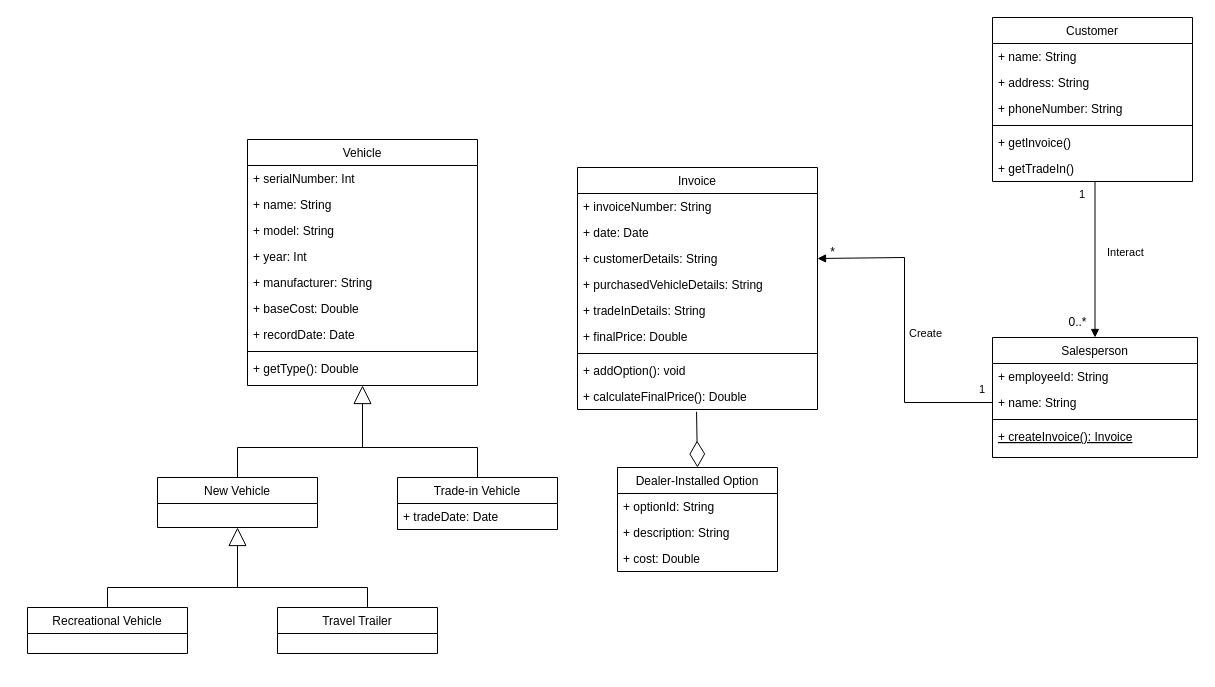
This is Untitled Diagram.drawio from LarryChenCode/IS7020_diagrams, a draw.io file, before an edit. Source tidied: cells renumbered, new cells numbered last; positions are measured from the earlier drawing's top-left corner, leaving out a move shared by most shapes. Both pictures are drawn from the tidied source at 100%, with x=0, y=0 at pixel (27, 17).
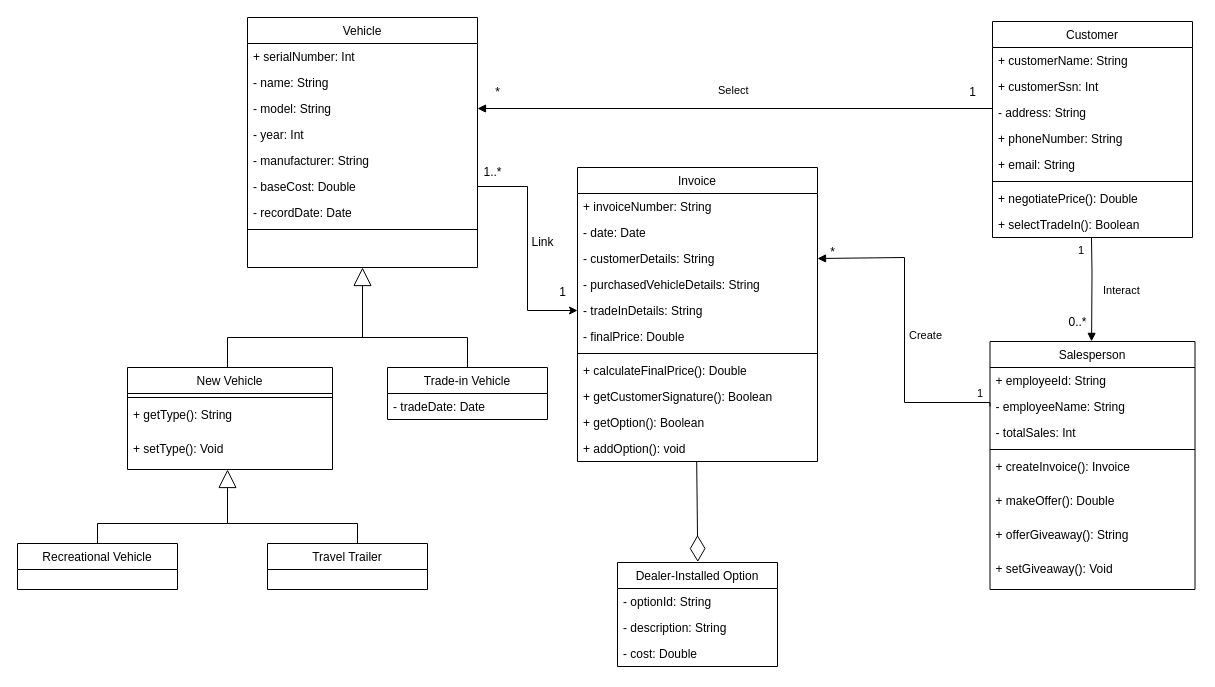
The same diagram, later.

Unchanged cells that the change refers to:
```xml
<mxCell id="40" value="0..*" style="text;html=1;align=center;verticalAlign=middle;points=[];strokeColor=none;fillColor=none;" parent="1" vertex="1">
  <mxGeometry x="1030" y="290" width="40" height="30" as="geometry" />
</mxCell>
```

Diff of the diagram source:
```diff
@@
     <mxCell id="2" value="Vehicle" style="swimlane;fontStyle=0;align=center;verticalAlign=top;horizontal=1;startSize=26;rounded=0;shadow=0;strokeWidth=1;" parent="1" vertex="1">
-      <mxGeometry x="220" y="122" width="230" height="246" as="geometry" />
+      <mxGeometry x="220" width="230" height="250" as="geometry" />
     </mxCell>
@@
-    <mxCell id="4" value="+ name: String" style="text;align=left;verticalAlign=top;spacingLeft=4;spacingRight=4;overflow=hidden;rounded=0;shadow=0;html=0;" parent="2" vertex="1">
+    <mxCell id="4" value="- name: String" style="text;align=left;verticalAlign=top;spacingLeft=4;spacingRight=4;overflow=hidden;rounded=0;shadow=0;html=0;" parent="2" vertex="1">
       <mxGeometry y="52" width="230" height="26" as="geometry" />
     </mxCell>
-    <mxCell id="5" value="+ model: String" style="text;align=left;verticalAlign=top;spacingLeft=4;spacingRight=4;overflow=hidden;points=[[0,0.5],[1,0.5]];portConstraint=eastwest;rounded=0;shadow=0;html=0;" parent="2" vertex="1">
+    <mxCell id="5" value="- model: String" style="text;align=left;verticalAlign=top;spacingLeft=4;spacingRight=4;overflow=hidden;points=[[0,0.5],[1,0.5]];portConstraint=eastwest;rounded=0;shadow=0;html=0;" parent="2" vertex="1">
       <mxGeometry y="78" width="230" height="26" as="geometry" />
     </mxCell>
-    <mxCell id="6" value="+ year: Int" style="text;align=left;verticalAlign=top;spacingLeft=4;spacingRight=4;overflow=hidden;rounded=0;shadow=0;html=0;" parent="2" vertex="1">
+    <mxCell id="6" value="- year: Int" style="text;align=left;verticalAlign=top;spacingLeft=4;spacingRight=4;overflow=hidden;rounded=0;shadow=0;html=0;" parent="2" vertex="1">
       <mxGeometry y="104" width="230" height="26" as="geometry" />
     </mxCell>
-    <mxCell id="7" value="+ manufacturer: String" style="text;align=left;verticalAlign=top;spacingLeft=4;spacingRight=4;overflow=hidden;rounded=0;shadow=0;html=0;" parent="2" vertex="1">
+    <mxCell id="7" value="- manufacturer: String" style="text;align=left;verticalAlign=top;spacingLeft=4;spacingRight=4;overflow=hidden;rounded=0;shadow=0;html=0;" parent="2" vertex="1">
       <mxGeometry y="130" width="230" height="26" as="geometry" />
     </mxCell>
-    <mxCell id="8" value="+ baseCost: Double" style="text;align=left;verticalAlign=top;spacingLeft=4;spacingRight=4;overflow=hidden;points=[[0,0.5],[1,0.5]];portConstraint=eastwest;rounded=0;shadow=0;html=0;" parent="2" vertex="1">
+    <mxCell id="8" value="- baseCost: Double" style="text;align=left;verticalAlign=top;spacingLeft=4;spacingRight=4;overflow=hidden;points=[[0,0.5],[1,0.5]];portConstraint=eastwest;rounded=0;shadow=0;html=0;" parent="2" vertex="1">
       <mxGeometry y="156" width="230" height="26" as="geometry" />
     </mxCell>
-    <mxCell id="9" value="+ recordDate: Date" style="text;align=left;verticalAlign=top;spacingLeft=4;spacingRight=4;overflow=hidden;rounded=0;shadow=0;html=0;" parent="2" vertex="1">
+    <mxCell id="9" value="- recordDate: Date" style="text;align=left;verticalAlign=top;spacingLeft=4;spacingRight=4;overflow=hidden;rounded=0;shadow=0;html=0;" parent="2" vertex="1">
       <mxGeometry y="182" width="230" height="26" as="geometry" />
     </mxCell>
@@
-    <mxCell id="11" value="+ getType(): Double" style="text;align=left;verticalAlign=top;spacingLeft=4;spacingRight=4;overflow=hidden;" parent="2" vertex="1">
-      <mxGeometry y="216" width="230" height="30" as="geometry" />
-    </mxCell>
     <mxCell id="12" value="Salesperson" style="swimlane;fontStyle=0;align=center;verticalAlign=top;horizontal=1;startSize=26;rounded=0;shadow=0;strokeWidth=1;" parent="1" vertex="1">
-      <mxGeometry x="965" y="320" width="205" height="120" as="geometry" />
+      <mxGeometry x="962.5" y="324" width="205" height="248" as="geometry" />
     </mxCell>
@@
-    <mxCell id="14" value="+ name: String" style="text;align=left;verticalAlign=top;spacingLeft=4;spacingRight=4;overflow=hidden;points=[[0,0.5],[1,0.5]];portConstraint=eastwest;rounded=0;shadow=0;html=0;" parent="12" vertex="1">
+    <mxCell id="14" value="- employeeName: String" style="text;align=left;verticalAlign=top;spacingLeft=4;spacingRight=4;overflow=hidden;points=[[0,0.5],[1,0.5]];portConstraint=eastwest;rounded=0;shadow=0;html=0;" parent="12" vertex="1">
       <mxGeometry y="52" width="205" height="26" as="geometry" />
     </mxCell>
+    <mxCell id="54" value="- totalSales: Int" style="text;align=left;verticalAlign=top;spacingLeft=4;spacingRight=4;overflow=hidden;rounded=0;shadow=0;html=0;" parent="12" vertex="1">
+      <mxGeometry y="78" width="205" height="26" as="geometry" />
+    </mxCell>
     <mxCell id="15" style="line;html=1;strokeWidth=1;align=left;verticalAlign=middle;spacingTop=-1;spacingLeft=3;spacingRight=3;labelPosition=right;" parent="12" vertex="1">
-      <mxGeometry y="78" width="205" height="8" as="geometry" />
+      <mxGeometry y="104" width="205" height="8" as="geometry" />
     </mxCell>
-    <mxCell id="16" value="+ createInvoice(): Invoice" style="text;align=left;verticalAlign=top;spacingLeft=4;spacingRight=4;overflow=hidden;fontStyle=4;" parent="12" vertex="1">
-      <mxGeometry y="86" width="205" height="34" as="geometry" />
+    <mxCell id="16" value="+ createInvoice(): Invoice" style="text;align=left;verticalAlign=top;spacingLeft=4;spacingRight=4;overflow=hidden;fontStyle=0;" parent="12" vertex="1">
+      <mxGeometry y="112" width="205" height="34" as="geometry" />
     </mxCell>
+    <mxCell id="55" value="+ makeOffer(): Double" style="text;align=left;verticalAlign=top;spacingLeft=4;spacingRight=4;overflow=hidden;fontStyle=0;" parent="12" vertex="1">
+      <mxGeometry y="146" width="205" height="34" as="geometry" />
+    </mxCell>
+    <mxCell id="56" value="+ offerGiveaway(): String" style="text;align=left;verticalAlign=top;spacingLeft=4;spacingRight=4;overflow=hidden;fontStyle=0;" parent="12" vertex="1">
+      <mxGeometry y="180" width="205" height="34" as="geometry" />
+    </mxCell>
+    <mxCell id="57" value="+ setGiveaway(): Void" style="text;align=left;verticalAlign=top;spacingLeft=4;spacingRight=4;overflow=hidden;fontStyle=0;" parent="12" vertex="1">
+      <mxGeometry y="214" width="205" height="34" as="geometry" />
+    </mxCell>
     <mxCell id="17" value="Invoice" style="swimlane;fontStyle=0;align=center;verticalAlign=top;horizontal=1;startSize=26;rounded=0;shadow=0;strokeWidth=1;" parent="1" vertex="1">
-      <mxGeometry x="550" y="150" width="240" height="242" as="geometry" />
+      <mxGeometry x="550" y="150" width="240" height="294" as="geometry" />
     </mxCell>
@@
-    <mxCell id="19" value="+ date: Date" style="text;align=left;verticalAlign=top;spacingLeft=4;spacingRight=4;overflow=hidden;" parent="17" vertex="1">
+    <mxCell id="19" value="- date: Date" style="text;align=left;verticalAlign=top;spacingLeft=4;spacingRight=4;overflow=hidden;" parent="17" vertex="1">
       <mxGeometry y="52" width="240" height="26" as="geometry" />
     </mxCell>
-    <mxCell id="20" value="+ customerDetails: String" style="text;align=left;verticalAlign=top;spacingLeft=4;spacingRight=4;overflow=hidden;points=[[0,0.5],[1,0.5]];portConstraint=eastwest;" parent="17" vertex="1">
+    <mxCell id="20" value="- customerDetails: String" style="text;align=left;verticalAlign=top;spacingLeft=4;spacingRight=4;overflow=hidden;points=[[0,0.5],[1,0.5]];portConstraint=eastwest;" parent="17" vertex="1">
       <mxGeometry y="78" width="240" height="26" as="geometry" />
     </mxCell>
-    <mxCell id="21" value="+ purchasedVehicleDetails: String" style="text;align=left;verticalAlign=top;spacingLeft=4;spacingRight=4;overflow=hidden;" parent="17" vertex="1">
+    <mxCell id="21" value="- purchasedVehicleDetails: String" style="text;align=left;verticalAlign=top;spacingLeft=4;spacingRight=4;overflow=hidden;" parent="17" vertex="1">
       <mxGeometry y="104" width="240" height="26" as="geometry" />
     </mxCell>
-    <mxCell id="22" value="+ tradeInDetails: String" style="text;align=left;verticalAlign=top;spacingLeft=4;spacingRight=4;overflow=hidden;points=[[0,0.5],[1,0.5]];portConstraint=eastwest;" parent="17" vertex="1">
+    <mxCell id="22" value="- tradeInDetails: String" style="text;align=left;verticalAlign=top;spacingLeft=4;spacingRight=4;overflow=hidden;points=[[0,0.5],[1,0.5]];portConstraint=eastwest;" parent="17" vertex="1">
       <mxGeometry y="130" width="240" height="26" as="geometry" />
     </mxCell>
-    <mxCell id="23" value="+ finalPrice: Double" style="text;align=left;verticalAlign=top;spacingLeft=4;spacingRight=4;overflow=hidden;" parent="17" vertex="1">
+    <mxCell id="23" value="- finalPrice: Double" style="text;align=left;verticalAlign=top;spacingLeft=4;spacingRight=4;overflow=hidden;" parent="17" vertex="1">
       <mxGeometry y="156" width="240" height="26" as="geometry" />
     </mxCell>
@@
+    <mxCell id="26" value="+ calculateFinalPrice(): Double" style="text;align=left;verticalAlign=top;spacingLeft=4;spacingRight=4;overflow=hidden;points=[[0,0.5],[1,0.5]];portConstraint=eastwest;" parent="17" vertex="1">
+      <mxGeometry y="190" width="240" height="26" as="geometry" />
+    </mxCell>
+    <mxCell id="58" value="+ getCustomerSignature(): Boolean" style="text;align=left;verticalAlign=top;spacingLeft=4;spacingRight=4;overflow=hidden;" parent="17" vertex="1">
+      <mxGeometry y="216" width="240" height="26" as="geometry" />
+    </mxCell>
+    <mxCell id="59" value="+ getOption(): Boolean" style="text;align=left;verticalAlign=top;spacingLeft=4;spacingRight=4;overflow=hidden;" parent="17" vertex="1">
+      <mxGeometry y="242" width="240" height="26" as="geometry" />
+    </mxCell>
     <mxCell id="25" value="+ addOption(): void" style="text;align=left;verticalAlign=top;spacingLeft=4;spacingRight=4;overflow=hidden;" parent="17" vertex="1">
-      <mxGeometry y="190" width="240" height="26" as="geometry" />
+      <mxGeometry y="268" width="240" height="26" as="geometry" />
     </mxCell>
-    <mxCell id="26" value="+ calculateFinalPrice(): Double" style="text;align=left;verticalAlign=top;spacingLeft=4;spacingRight=4;overflow=hidden;points=[[0,0.5],[1,0.5]];portConstraint=eastwest;" parent="17" vertex="1">
-      <mxGeometry y="216" width="240" height="26" as="geometry" />
-    </mxCell>
     <mxCell id="27" value="Customer" style="swimlane;fontStyle=0;align=center;verticalAlign=top;horizontal=1;startSize=26;rounded=0;shadow=0;strokeWidth=1;" parent="1" vertex="1">
-      <mxGeometry x="965" width="200" height="164" as="geometry" />
+      <mxGeometry x="965" y="4" width="200" height="216" as="geometry" />
     </mxCell>
-    <mxCell id="28" value="+ name: String" style="text;align=left;verticalAlign=top;spacingLeft=4;spacingRight=4;overflow=hidden;" parent="27" vertex="1">
+    <mxCell id="28" value="+ customerName: String" style="text;align=left;verticalAlign=top;spacingLeft=4;spacingRight=4;overflow=hidden;" parent="27" vertex="1">
       <mxGeometry y="26" width="200" height="26" as="geometry" />
     </mxCell>
+    <mxCell id="60" value="+ customerSsn: Int" style="text;align=left;verticalAlign=top;spacingLeft=4;spacingRight=4;overflow=hidden;" parent="27" vertex="1">
+      <mxGeometry y="52" width="200" height="26" as="geometry" />
+    </mxCell>
-    <mxCell id="29" value="+ address: String" style="text;align=left;verticalAlign=top;spacingLeft=4;spacingRight=4;overflow=hidden;rounded=0;shadow=0;html=0;" parent="27" vertex="1">
-      <mxGeometry y="52" width="200" height="26" as="geometry" />
+    <mxCell id="29" value="- address: String" style="text;align=left;verticalAlign=top;spacingLeft=4;spacingRight=4;overflow=hidden;rounded=0;shadow=0;html=0;" parent="27" vertex="1">
+      <mxGeometry y="78" width="200" height="26" as="geometry" />
     </mxCell>
     <mxCell id="30" value="+ phoneNumber: String" style="text;align=left;verticalAlign=top;spacingLeft=4;spacingRight=4;overflow=hidden;rounded=0;shadow=0;html=0;" parent="27" vertex="1">
-      <mxGeometry y="78" width="200" height="26" as="geometry" />
+      <mxGeometry y="104" width="200" height="26" as="geometry" />
     </mxCell>
+    <mxCell id="61" value="+ email: String" style="text;align=left;verticalAlign=top;spacingLeft=4;spacingRight=4;overflow=hidden;rounded=0;shadow=0;html=0;" parent="27" vertex="1">
+      <mxGeometry y="130" width="200" height="26" as="geometry" />
+    </mxCell>
     <mxCell id="31" style="line;html=1;strokeWidth=1;align=left;verticalAlign=middle;spacingTop=-1;spacingLeft=3;spacingRight=3;labelPosition=right;" parent="27" vertex="1">
-      <mxGeometry y="104" width="200" height="8" as="geometry" />
+      <mxGeometry y="156" width="200" height="8" as="geometry" />
     </mxCell>
-    <mxCell id="32" value="+ getInvoice()" style="text;align=left;verticalAlign=top;spacingLeft=4;spacingRight=4;overflow=hidden;" parent="27" vertex="1">
-      <mxGeometry y="112" width="200" height="26" as="geometry" />
+    <mxCell id="32" value="+ negotiatePrice(): Double" style="text;align=left;verticalAlign=top;spacingLeft=4;spacingRight=4;overflow=hidden;" parent="27" vertex="1">
+      <mxGeometry y="164" width="200" height="26" as="geometry" />
     </mxCell>
-    <mxCell id="33" value="+ getTradeIn()" style="text;align=left;verticalAlign=top;spacingLeft=4;spacingRight=4;overflow=hidden;" parent="27" vertex="1">
-      <mxGeometry y="138" width="200" height="26" as="geometry" />
+    <mxCell id="33" value="+ selectTradeIn(): Boolean" style="text;align=left;verticalAlign=top;spacingLeft=4;spacingRight=4;overflow=hidden;" parent="27" vertex="1">
+      <mxGeometry y="190" width="200" height="26" as="geometry" />
     </mxCell>
     <mxCell id="34" value="Dealer-Installed Option" style="swimlane;fontStyle=0;align=center;verticalAlign=top;horizontal=1;startSize=26;rounded=0;shadow=0;strokeWidth=1;" parent="1" vertex="1">
-      <mxGeometry x="590" y="450" width="160" height="104" as="geometry" />
+      <mxGeometry x="590" y="545" width="160" height="104" as="geometry" />
     </mxCell>
-    <mxCell id="35" value="+ optionId: String" style="text;align=left;verticalAlign=top;spacingLeft=4;spacingRight=4;overflow=hidden;" parent="34" vertex="1">
+    <mxCell id="35" value="- optionId: String" style="text;align=left;verticalAlign=top;spacingLeft=4;spacingRight=4;overflow=hidden;" parent="34" vertex="1">
       <mxGeometry y="26" width="160" height="26" as="geometry" />
     </mxCell>
-    <mxCell id="36" value="+ description: String" style="text;align=left;verticalAlign=top;spacingLeft=4;spacingRight=4;overflow=hidden;rounded=0;shadow=0;html=0;" parent="34" vertex="1">
+    <mxCell id="36" value="- description: String" style="text;align=left;verticalAlign=top;spacingLeft=4;spacingRight=4;overflow=hidden;rounded=0;shadow=0;html=0;" parent="34" vertex="1">
       <mxGeometry y="52" width="160" height="26" as="geometry" />
     </mxCell>
-    <mxCell id="37" value="+ cost: Double" style="text;align=left;verticalAlign=top;spacingLeft=4;spacingRight=4;overflow=hidden;" parent="34" vertex="1">
+    <mxCell id="37" value="- cost: Double" style="text;align=left;verticalAlign=top;spacingLeft=4;spacingRight=4;overflow=hidden;" parent="34" vertex="1">
       <mxGeometry y="78" width="160" height="26" as="geometry" />
     </mxCell>
-    <mxCell id="38" value="Interact" style="endArrow=block;endFill=1;html=1;edgeStyle=orthogonalEdgeStyle;align=left;verticalAlign=top;rounded=0;entryX=0.5;entryY=0;entryDx=0;entryDy=0;" parent="1" edge="1" target="12">
+    <mxCell id="38" value="Interact" style="endArrow=block;endFill=1;html=1;edgeStyle=orthogonalEdgeStyle;align=left;verticalAlign=top;rounded=0;entryX=0.852;entryY=1.129;entryDx=0;entryDy=0;entryPerimeter=0;" parent="1" edge="1" target="40">
       <mxGeometry x="-0.24" y="10" relative="1" as="geometry">
-        <mxPoint x="1065" y="164" as="sourcePoint" />
-        <Array as="points">
-          <mxPoint x="1065" y="164" />
-        </Array>
+        <mxPoint x="1064" y="220" as="sourcePoint" />
       </mxGeometry>
     </mxCell>
@@
-    <mxCell id="44" style="endArrow=diamondThin;endFill=0;endSize=24;html=1;rounded=0;entryX=0.5;entryY=0;entryDx=0;entryDy=0;exitX=0.496;exitY=1.088;exitDx=0;exitDy=0;exitPerimeter=0;" parent="1" edge="1" source="26" target="34">
-      <mxGeometry relative="1" as="geometry" />
-    </mxCell>
-    <mxCell id="45" style="endArrow=block;endSize=16;endFill=0;html=1;rounded=0;entryX=0.5;entryY=1;entryDx=0;entryDy=0;exitX=0.5;exitY=0;exitDx=0;exitDy=0;" parent="1" edge="1" source="46" target="2">
+    <mxCell id="45" style="endArrow=block;endSize=16;endFill=0;html=1;rounded=0;entryX=0.5;entryY=1;entryDx=0;entryDy=0;exitX=0.5;exitY=0;exitDx=0;exitDy=0;edgeStyle=orthogonalEdgeStyle;" parent="1" edge="1" source="46" target="2">
       <mxGeometry relative="1" as="geometry">
         <Array as="points">
-          <mxPoint x="450" y="430" />
-          <mxPoint x="335" y="430" />
+          <mxPoint x="440" y="320" />
+          <mxPoint x="335" y="320" />
         </Array>
       </mxGeometry>
     </mxCell>
     <mxCell id="46" value="Trade-in Vehicle" style="swimlane;fontStyle=0;align=center;verticalAlign=top;horizontal=1;startSize=26;rounded=0;shadow=0;strokeWidth=1;" parent="1" vertex="1">
-      <mxGeometry x="370" y="460" width="160" height="52" as="geometry" />
+      <mxGeometry x="360" y="350" width="160" height="52" as="geometry" />
     </mxCell>
-    <mxCell id="47" value="+ tradeDate: Date" style="text;align=left;verticalAlign=top;spacingLeft=4;spacingRight=4;overflow=hidden;rounded=0;shadow=0;html=0;" parent="46" vertex="1">
+    <mxCell id="47" value="- tradeDate: Date" style="text;align=left;verticalAlign=top;spacingLeft=4;spacingRight=4;overflow=hidden;rounded=0;shadow=0;html=0;" parent="46" vertex="1">
       <mxGeometry y="26" width="160" height="26" as="geometry" />
     </mxCell>
+    <mxCell id="49" style="endArrow=none;html=1;edgeStyle=orthogonalEdgeStyle;rounded=0;exitX=0.5;exitY=0;exitDx=0;exitDy=0;" parent="1" edge="1" source="48">
+      <mxGeometry relative="1" as="geometry">
+        <mxPoint x="340" y="320" as="targetPoint" />
+        <Array as="points">
+          <mxPoint x="200" y="350" />
+          <mxPoint x="200" y="320" />
+        </Array>
+      </mxGeometry>
+    </mxCell>
+    <mxCell id="62" value="Select" style="endArrow=block;endFill=1;html=1;edgeStyle=orthogonalEdgeStyle;align=left;verticalAlign=top;rounded=0;entryX=1;entryY=0.5;entryDx=0;entryDy=0;" parent="1" edge="1" target="5">
+      <mxGeometry x="0.07" y="-31" relative="1" as="geometry">
+        <mxPoint x="965" y="91" as="sourcePoint" />
+        <Array as="points">
+          <mxPoint x="965" y="91" />
+        </Array>
+      </mxGeometry>
+    </mxCell>
+    <mxCell id="63" style="edgeStyle=orthogonalEdgeStyle;rounded=0;jettySize=auto;html=1;exitX=1;exitY=0.5;exitDx=0;exitDy=0;entryX=0;entryY=0.5;entryDx=0;entryDy=0;" parent="1" edge="1" source="8" target="22">
+      <mxGeometry relative="1" as="geometry" />
+    </mxCell>
+    <mxCell id="64" value="*" style="text;html=1;align=center;verticalAlign=middle;strokeColor=none;fillColor=none;" parent="1" vertex="1">
+      <mxGeometry x="455" y="60" width="30" height="30" as="geometry" />
+    </mxCell>
+    <mxCell id="65" value="1" style="text;html=1;align=center;verticalAlign=middle;strokeColor=none;fillColor=none;" parent="1" vertex="1">
+      <mxGeometry x="930" y="60" width="30" height="30" as="geometry" />
+    </mxCell>
+    <mxCell id="66" value="Link" style="text;html=1;align=center;verticalAlign=middle;strokeColor=none;fillColor=none;" parent="1" vertex="1">
+      <mxGeometry x="490" y="210" width="50" height="30" as="geometry" />
+    </mxCell>
+    <mxCell id="67" value="1..*" style="text;html=1;align=center;verticalAlign=middle;strokeColor=none;fillColor=none;" parent="1" vertex="1">
+      <mxGeometry x="445" y="140" width="40" height="30" as="geometry" />
+    </mxCell>
+    <mxCell id="68" value="1" style="text;html=1;align=center;verticalAlign=middle;strokeColor=none;fillColor=none;" parent="1" vertex="1">
+      <mxGeometry x="520" y="260" width="30" height="30" as="geometry" />
+    </mxCell>
     <mxCell id="48" value="New Vehicle" style="swimlane;fontStyle=0;align=center;verticalAlign=top;horizontal=1;startSize=26;rounded=0;shadow=0;strokeWidth=1;" parent="1" vertex="1">
-      <mxGeometry x="130" y="460" width="160" height="50" as="geometry" />
+      <mxGeometry x="100" y="350" width="205" height="102" as="geometry" />
     </mxCell>
-    <mxCell id="49" style="endArrow=none;html=1;edgeStyle=orthogonalEdgeStyle;rounded=0;exitX=0.5;exitY=0;exitDx=0;exitDy=0;" parent="1" edge="1" source="48">
-      <mxGeometry relative="1" as="geometry">
-        <mxPoint x="340" y="430" as="targetPoint" />
-        <Array as="points">
-          <mxPoint x="210" y="460" />
-          <mxPoint x="210" y="430" />
-        </Array>
-      </mxGeometry>
-    </mxCell>
+    <mxCell id="69" style="line;html=1;strokeWidth=1;align=left;verticalAlign=middle;spacingTop=-1;spacingLeft=3;spacingRight=3;labelPosition=right;" parent="48" vertex="1">
+      <mxGeometry y="26" width="205" height="8" as="geometry" />
+    </mxCell>
+    <mxCell id="70" value="+ getType(): String" style="text;align=left;verticalAlign=top;spacingLeft=4;spacingRight=4;overflow=hidden;fontStyle=0;" parent="48" vertex="1">
+      <mxGeometry y="34" width="205" height="34" as="geometry" />
+    </mxCell>
+    <mxCell id="71" value="+ setType(): Void" style="text;align=left;verticalAlign=top;spacingLeft=4;spacingRight=4;overflow=hidden;fontStyle=0;" parent="48" vertex="1">
+      <mxGeometry y="68" width="205" height="34" as="geometry" />
+    </mxCell>
     <mxCell id="50" value="Recreational Vehicle" style="swimlane;fontStyle=0;align=center;verticalAlign=top;horizontal=1;startSize=26;rounded=0;shadow=0;strokeWidth=1;" parent="1" vertex="1">
-      <mxGeometry y="590" width="160" height="46" as="geometry" />
+      <mxGeometry x="-10" y="526" width="160" height="46" as="geometry" />
     </mxCell>
     <mxCell id="51" value="Travel Trailer" style="swimlane;fontStyle=0;align=center;verticalAlign=top;horizontal=1;startSize=26;rounded=0;shadow=0;strokeWidth=1;" parent="1" vertex="1">
-      <mxGeometry x="250" y="590" width="160" height="46" as="geometry" />
+      <mxGeometry x="240" y="526" width="160" height="46" as="geometry" />
     </mxCell>
-    <mxCell id="52" style="endArrow=block;endSize=16;endFill=0;html=1;rounded=0;entryX=0.5;entryY=1;entryDx=0;entryDy=0;edgeStyle=orthogonalEdgeStyle;exitX=0.5;exitY=0;exitDx=0;exitDy=0;" parent="1" edge="1" source="51" target="48">
+    <mxCell id="52" style="endArrow=block;endSize=16;endFill=0;html=1;rounded=0;entryX=0.5;entryY=1;entryDx=0;entryDy=0;edgeStyle=orthogonalEdgeStyle;exitX=0.5;exitY=0;exitDx=0;exitDy=0;" parent="1" edge="1" source="51">
       <mxGeometry relative="1" as="geometry">
+        <mxPoint x="200" y="452" as="targetPoint" />
         <Array as="points">
-          <mxPoint x="340" y="570" />
-          <mxPoint x="210" y="570" />
+          <mxPoint x="330" y="506" />
+          <mxPoint x="200" y="506" />
         </Array>
       </mxGeometry>
     </mxCell>
     <mxCell id="53" style="endArrow=none;html=1;edgeStyle=orthogonalEdgeStyle;rounded=0;" parent="1" edge="1" source="50">
       <mxGeometry relative="1" as="geometry">
-        <mxPoint x="210" y="570" as="targetPoint" />
+        <mxPoint x="200" y="506" as="targetPoint" />
         <Array as="points">
-          <mxPoint x="80" y="570" />
-          <mxPoint x="210" y="570" />
+          <mxPoint x="70" y="506" />
+          <mxPoint x="200" y="506" />
         </Array>
       </mxGeometry>
     </mxCell>
+    <mxCell id="44" style="endArrow=diamondThin;endFill=0;endSize=24;html=1;rounded=0;entryX=0.5;entryY=0;entryDx=0;entryDy=0;exitX=0.454;exitY=0.995;exitDx=0;exitDy=0;exitPerimeter=0;" parent="1" edge="1">
+      <mxGeometry relative="1" as="geometry">
+        <mxPoint x="669.2" y="444.4" as="sourcePoint" />
+        <mxPoint x="670.3" y="544.5" as="targetPoint" />
+      </mxGeometry>
+    </mxCell>
```
